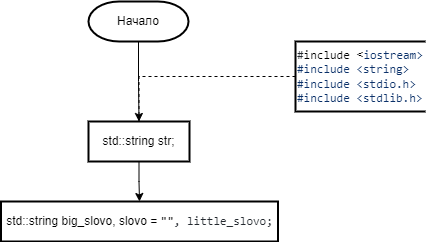
This is 2 Семестр/Labs/6 Лаба/6 Лаба.png from IlyaFedoseev227/LABS-PNRPU-IVT-22-1b, a draw.io export, as it was before one commit. Source tidied: cells renumbered, new cells last; positions are measured from the earlier drawing's top-left corner, leaving out a move shared by most shapes.
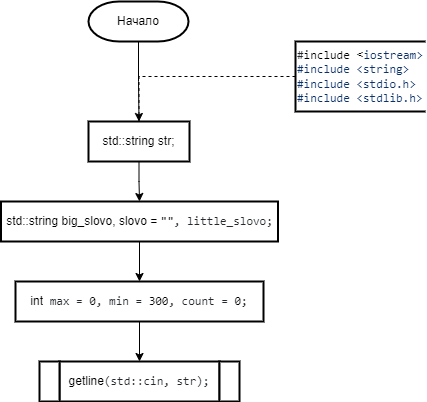
After the change.

Diff of the diagram source:
```diff
@@ -24,8 +24,26 @@
     <mxCell id="7" value="&lt;span style=&quot;color: rgb(36, 41, 47); font-family: ui-monospace, SFMono-Regular, &amp;quot;SF Mono&amp;quot;, Menlo, Consolas, &amp;quot;Liberation Mono&amp;quot;, monospace; background-color: rgb(255, 255, 255);&quot;&gt;#&lt;/span&gt;&lt;span style=&quot;box-sizing: border-box; color: var(--color-prettylights-syntax-keyword); font-family: ui-monospace, SFMono-Regular, &amp;quot;SF Mono&amp;quot;, Menlo, Consolas, &amp;quot;Liberation Mono&amp;quot;, monospace; background-color: rgb(255, 255, 255);&quot; class=&quot;pl-k&quot;&gt;include&amp;nbsp;&lt;/span&gt;&lt;span style=&quot;color: rgb(36, 41, 47); font-family: ui-monospace, SFMono-Regular, &amp;quot;SF Mono&amp;quot;, Menlo, Consolas, &amp;quot;Liberation Mono&amp;quot;, monospace; background-color: rgb(255, 255, 255);&quot;&gt;&lt;/span&gt;&lt;span style=&quot;box-sizing: border-box; background-color: rgb(255, 255, 255);&quot; class=&quot;pl-s&quot;&gt;&lt;/span&gt;&amp;lt;&lt;span style=&quot;color: rgb(10, 48, 105); font-family: ui-monospace, SFMono-Regular, &amp;quot;SF Mono&amp;quot;, Menlo, Consolas, &amp;quot;Liberation Mono&amp;quot;, monospace; background-color: rgb(255, 255, 255);&quot;&gt;iostream&lt;/span&gt;&lt;span style=&quot;box-sizing: border-box; color: rgb(10, 48, 105); font-family: ui-monospace, SFMono-Regular, &amp;quot;SF Mono&amp;quot;, Menlo, Consolas, &amp;quot;Liberation Mono&amp;quot;, monospace; background-color: rgb(255, 255, 255);&quot; class=&quot;pl-pds&quot;&gt;&amp;gt;&lt;br&gt;#&lt;span style=&quot;box-sizing: border-box; color: var(--color-prettylights-syntax-keyword);&quot; class=&quot;pl-k&quot;&gt;include&lt;/span&gt;&lt;span style=&quot;color: rgb(36, 41, 47);&quot;&gt; &lt;/span&gt;&lt;span style=&quot;box-sizing: border-box; color: var(--color-prettylights-syntax-string);&quot; class=&quot;pl-s&quot;&gt;&lt;span style=&quot;box-sizing: border-box; color: var(--color-prettylights-syntax-string);&quot; class=&quot;pl-pds&quot;&gt;&amp;lt;&lt;/span&gt;string&lt;span style=&quot;box-sizing: border-box; color: var(--color-prettylights-syntax-string);&quot; class=&quot;pl-pds&quot;&gt;&amp;gt;&lt;br&gt;&lt;/span&gt;&lt;/span&gt;#&lt;span style=&quot;box-sizing: border-box; color: var(--color-prettylights-syntax-keyword);&quot; class=&quot;pl-k&quot;&gt;include&lt;/span&gt;&lt;span style=&quot;color: rgb(36, 41, 47);&quot;&gt; &lt;/span&gt;&lt;span style=&quot;box-sizing: border-box; color: var(--color-prettylights-syntax-string);&quot; class=&quot;pl-s&quot;&gt;&lt;span style=&quot;box-sizing: border-box; color: var(--color-prettylights-syntax-string);&quot; class=&quot;pl-pds&quot;&gt;&amp;lt;&lt;/span&gt;stdio.h&lt;span style=&quot;box-sizing: border-box; color: var(--color-prettylights-syntax-string);&quot; class=&quot;pl-pds&quot;&gt;&amp;gt;&lt;br&gt;&lt;/span&gt;&lt;/span&gt;#&lt;span style=&quot;box-sizing: border-box; color: var(--color-prettylights-syntax-keyword);&quot; class=&quot;pl-k&quot;&gt;include&lt;/span&gt;&lt;span style=&quot;color: rgb(36, 41, 47);&quot;&gt; &lt;/span&gt;&lt;span style=&quot;box-sizing: border-box; color: var(--color-prettylights-syntax-string);&quot; class=&quot;pl-s&quot;&gt;&lt;span style=&quot;box-sizing: border-box; color: var(--color-prettylights-syntax-string);&quot; class=&quot;pl-pds&quot;&gt;&amp;lt;&lt;/span&gt;stdlib.h&lt;span style=&quot;box-sizing: border-box; color: var(--color-prettylights-syntax-string);&quot; class=&quot;pl-pds&quot;&gt;&amp;gt;&lt;/span&gt;&lt;/span&gt;&lt;br&gt;&lt;/span&gt;" style="strokeWidth=2;html=1;shape=mxgraph.flowchart.annotation_1;align=left;" parent="1" vertex="1">
       <mxGeometry x="294" y="40" width="130" height="70" as="geometry" />
     </mxCell>
+    <mxCell id="9" style="edgeStyle=orthogonalEdgeStyle;rounded=0;jettySize=auto;html=1;exitX=0.5;exitY=1;exitDx=0;exitDy=0;strokeWidth=1;endArrow=classic;endFill=1;" parent="1" edge="1" source="8" target="11">
+      <mxGeometry relative="1" as="geometry" />
+    </mxCell>
     <mxCell id="8" value="&lt;div style=&quot;text-align: start;&quot;&gt;std::string big_slovo, slovo = &lt;span style=&quot;box-sizing: border-box; color: var(--color-prettylights-syntax-string); font-family: ui-monospace, SFMono-Regular, &amp;quot;SF Mono&amp;quot;, Menlo, Consolas, &amp;quot;Liberation Mono&amp;quot;, monospace; background-color: rgb(255, 255, 255);&quot; class=&quot;pl-s&quot;&gt;&lt;span style=&quot;box-sizing: border-box; color: var(--color-prettylights-syntax-string);&quot; class=&quot;pl-pds&quot;&gt;&quot;&lt;/span&gt;&lt;span style=&quot;box-sizing: border-box; color: var(--color-prettylights-syntax-string);&quot; class=&quot;pl-pds&quot;&gt;&quot;&lt;/span&gt;&lt;/span&gt;&lt;span style=&quot;color: rgb(36, 41, 47); font-family: ui-monospace, SFMono-Regular, &amp;quot;SF Mono&amp;quot;, Menlo, Consolas, &amp;quot;Liberation Mono&amp;quot;, monospace; background-color: rgb(255, 255, 255);&quot;&gt;, little_slovo;&lt;/span&gt;&lt;br&gt;&lt;/div&gt;" style="shape=parallelogram;perimeter=parallelogramPerimeter;whiteSpace=wrap;html=1;fixedSize=1;strokeWidth=2;size=-6;" parent="1" vertex="1">
       <mxGeometry x="-0.5" y="200" width="277" height="40" as="geometry" />
     </mxCell>
+    <mxCell id="10" style="edgeStyle=orthogonalEdgeStyle;rounded=0;jettySize=auto;html=1;exitX=0.5;exitY=1;exitDx=0;exitDy=0;strokeWidth=1;endArrow=classic;endFill=1;entryX=0.5;entryY=0;entryDx=0;entryDy=0;" parent="1" edge="1" source="11" target="12">
+      <mxGeometry relative="1" as="geometry" />
+    </mxCell>
+    <mxCell id="11" value="&lt;div style=&quot;text-align: start;&quot;&gt;int&lt;span style=&quot;color: rgb(36, 41, 47); font-family: ui-monospace, SFMono-Regular, &amp;quot;SF Mono&amp;quot;, Menlo, Consolas, &amp;quot;Liberation Mono&amp;quot;, monospace; background-color: rgb(255, 255, 255);&quot;&gt; max = &lt;/span&gt;&lt;span style=&quot;box-sizing: border-box; color: var(--color-prettylights-syntax-constant); font-family: ui-monospace, SFMono-Regular, &amp;quot;SF Mono&amp;quot;, Menlo, Consolas, &amp;quot;Liberation Mono&amp;quot;, monospace; background-color: rgb(255, 255, 255);&quot; class=&quot;pl-c1&quot;&gt;0&lt;/span&gt;&lt;span style=&quot;color: rgb(36, 41, 47); font-family: ui-monospace, SFMono-Regular, &amp;quot;SF Mono&amp;quot;, Menlo, Consolas, &amp;quot;Liberation Mono&amp;quot;, monospace; background-color: rgb(255, 255, 255);&quot;&gt;, min = &lt;/span&gt;&lt;span style=&quot;box-sizing: border-box; color: var(--color-prettylights-syntax-constant); font-family: ui-monospace, SFMono-Regular, &amp;quot;SF Mono&amp;quot;, Menlo, Consolas, &amp;quot;Liberation Mono&amp;quot;, monospace; background-color: rgb(255, 255, 255);&quot; class=&quot;pl-c1&quot;&gt;300&lt;/span&gt;&lt;span style=&quot;color: rgb(36, 41, 47); font-family: ui-monospace, SFMono-Regular, &amp;quot;SF Mono&amp;quot;, Menlo, Consolas, &amp;quot;Liberation Mono&amp;quot;, monospace; background-color: rgb(255, 255, 255);&quot;&gt;, count = &lt;/span&gt;&lt;span style=&quot;box-sizing: border-box; color: var(--color-prettylights-syntax-constant); font-family: ui-monospace, SFMono-Regular, &amp;quot;SF Mono&amp;quot;, Menlo, Consolas, &amp;quot;Liberation Mono&amp;quot;, monospace; background-color: rgb(255, 255, 255);&quot; class=&quot;pl-c1&quot;&gt;0&lt;/span&gt;&lt;span style=&quot;color: rgb(36, 41, 47); font-family: ui-monospace, SFMono-Regular, &amp;quot;SF Mono&amp;quot;, Menlo, Consolas, &amp;quot;Liberation Mono&amp;quot;, monospace; background-color: rgb(255, 255, 255);&quot;&gt;;&lt;/span&gt;&lt;br&gt;&lt;/div&gt;" style="shape=parallelogram;perimeter=parallelogramPerimeter;whiteSpace=wrap;html=1;fixedSize=1;strokeWidth=2;size=-6;" parent="1" vertex="1">
+      <mxGeometry x="14" y="280" width="248" height="40" as="geometry" />
+    </mxCell>
+    <mxCell id="12" value="&lt;div style=&quot;text-align: start;&quot;&gt;getline&lt;span style=&quot;color: rgb(36, 41, 47); font-family: ui-monospace, SFMono-Regular, &amp;quot;SF Mono&amp;quot;, Menlo, Consolas, &amp;quot;Liberation Mono&amp;quot;, monospace; background-color: rgb(255, 255, 255);&quot;&gt;(std::cin, str);&lt;/span&gt;&lt;br&gt;&lt;/div&gt;" style="shape=parallelogram;perimeter=parallelogramPerimeter;whiteSpace=wrap;html=1;fixedSize=1;strokeWidth=2;size=-6;" parent="1" vertex="1">
+      <mxGeometry x="58" y="360" width="160" height="40" as="geometry" />
+    </mxCell>
+    <mxCell id="13" value="&lt;div style=&quot;text-align: start;&quot;&gt;&lt;br&gt;&lt;/div&gt;" style="shape=parallelogram;perimeter=parallelogramPerimeter;whiteSpace=wrap;html=1;fixedSize=1;strokeWidth=2;size=-6;" parent="1" vertex="1">
+      <mxGeometry x="218" y="360" width="20" height="40" as="geometry" />
+    </mxCell>
+    <mxCell id="14" value="&lt;div style=&quot;text-align: start;&quot;&gt;&lt;br&gt;&lt;/div&gt;" style="shape=parallelogram;perimeter=parallelogramPerimeter;whiteSpace=wrap;html=1;fixedSize=1;strokeWidth=2;size=-6;" parent="1" vertex="1">
+      <mxGeometry x="38" y="360" width="20" height="40" as="geometry" />
+    </mxCell>
   </root>
 </mxGraphModel>
```
